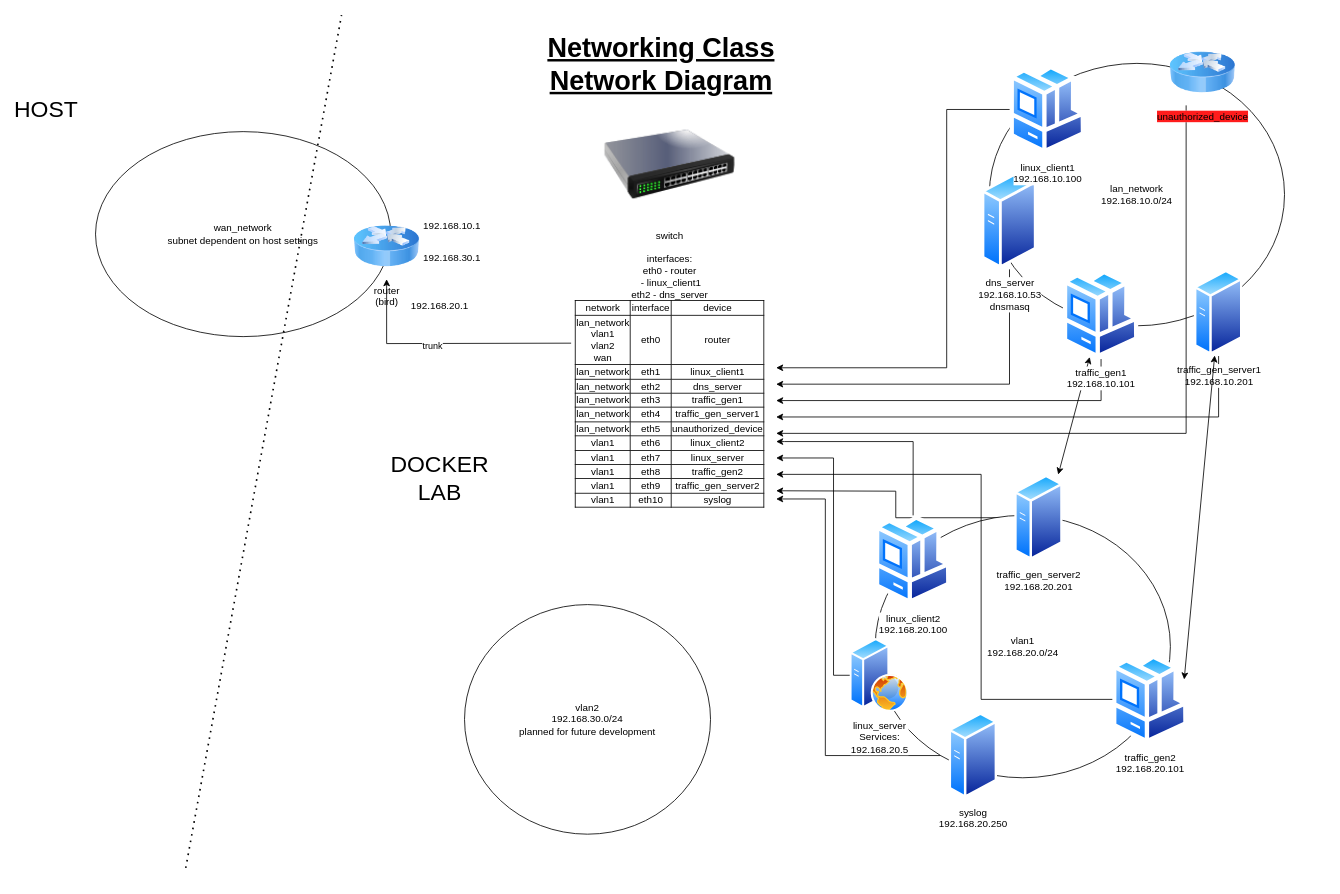
The draw.io diagram Networking Class January Drill/NetworkingLab.drawio in butgreg/Exercises, before the edit. Source tidied: cells renumbered, new cells numbered last; positions are measured from the earlier drawing's top-left corner, leaving out a move shared by most shapes. Both pictures are drawn from the tidied source at 82%, with x=0, y=0 at pixel (21, 15).
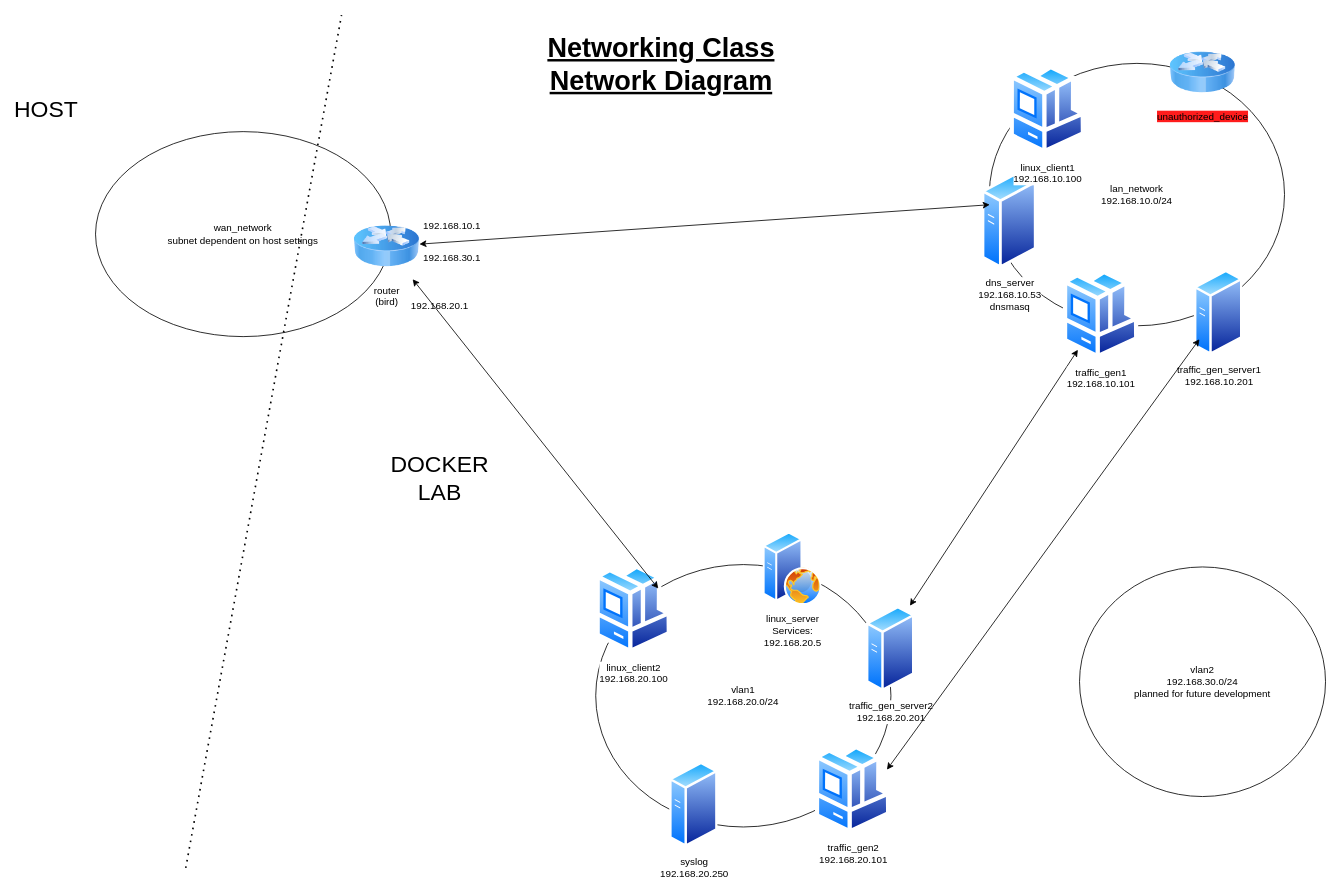
After the change.

The change refers to these unchanged cells:
```xml
<mxCell id="5" value="router&lt;div&gt;(bird)&lt;/div&gt;" style="image;html=1;image=img/lib/clip_art/networking/Router_Icon_128x128.png;" parent="1" vertex="1">
  <mxGeometry x="405" y="242" width="80" height="80" as="geometry" />
</mxCell>
```

Change to the diagram source:
```diff
@@
+    <mxCell id="33" value="vlan1&lt;div&gt;192.168.20.0/24&lt;/div&gt;" style="ellipse;whiteSpace=wrap;html=1;" parent="1" vertex="1">
+      <mxGeometry x="700" y="670" width="360" height="320" as="geometry" />
+    </mxCell>
@@
     <mxCell id="4" value="vlan2&lt;div&gt;192.168.30.0/24&lt;br&gt;planned for future development&lt;/div&gt;" style="ellipse;whiteSpace=wrap;html=1;" parent="1" vertex="1">
-      <mxGeometry x="540" y="718.8" width="300" height="280" as="geometry" />
+      <mxGeometry x="1290" y="672.9" width="300" height="280" as="geometry" />
     </mxCell>
@@
-    <mxCell id="12" style="endArrow=classic;startArrow=classic;html=1;rounded=0;exitX=0.899;exitY=0.002;exitDx=0;exitDy=0;exitPerimeter=0;" parent="1" edge="1" source="38" target="19">
-      <mxGeometry relative="1" as="geometry" />
-    </mxCell>
-    <mxCell id="13" value="lan_network&lt;div&gt;192.168.10.0/24&lt;/div&gt;" style="ellipse;whiteSpace=wrap;html=1;" parent="1" vertex="1">
-      <mxGeometry x="1180" y="58.8" width="360" height="320" as="geometry" />
-    </mxCell>
-    <mxCell id="14" style="edgeStyle=orthogonalEdgeStyle;rounded=0;jettySize=auto;html=1;" parent="1" edge="1" source="15">
-      <mxGeometry relative="1" as="geometry">
-        <mxPoint x="920" y="450" as="targetPoint" />
-        <Array as="points">
-          <mxPoint x="1205" y="450" />
-        </Array>
-      </mxGeometry>
-    </mxCell>
-    <mxCell id="15" value="dns_server&lt;div&gt;192.168.10.53&lt;/div&gt;&lt;div&gt;dnsmasq&lt;/div&gt;" style="image;perimeter=ellipsePerimeter;html=1;align=center;shadow=0;dashed=0;spacingTop=3;image=img/lib/active_directory/generic_server.svg;" parent="1" vertex="1">
-      <mxGeometry x="1171" y="190" width="67.2" height="120" as="geometry" />
-    </mxCell>
-    <mxCell id="16" style="edgeStyle=orthogonalEdgeStyle;rounded=0;jettySize=auto;html=1;" parent="1" edge="1" source="17">
-      <mxGeometry relative="1" as="geometry">
-        <mxPoint x="920" y="430" as="targetPoint" />
-        <Array as="points">
-          <mxPoint x="1128" y="115" />
-          <mxPoint x="1128" y="430" />
-        </Array>
-      </mxGeometry>
-    </mxCell>
-    <mxCell id="17" value="linux_client1&lt;div&gt;192.168.10.100&lt;/div&gt;" style="image;perimeter=ellipsePerimeter;html=1;align=center;shadow=0;dashed=0;spacingTop=3;image=img/lib/active_directory/workstation_client.svg;" parent="1" vertex="1">
-      <mxGeometry x="1205" y="60.6" width="92.5" height="108.8" as="geometry" />
-    </mxCell>
-    <mxCell id="18" style="edgeStyle=orthogonalEdgeStyle;rounded=0;jettySize=auto;html=1;" parent="1" edge="1" source="19">
-      <mxGeometry relative="1" as="geometry">
-        <mxPoint x="920" y="470" as="targetPoint" />
-        <Array as="points">
-          <mxPoint x="1316" y="470" />
-        </Array>
-      </mxGeometry>
-    </mxCell>
-    <mxCell id="19" value="traffic_gen1&lt;div&gt;192.168.10.101&lt;/div&gt;" style="image;perimeter=ellipsePerimeter;html=1;align=center;shadow=0;dashed=0;spacingTop=3;image=img/lib/active_directory/workstation_client.svg;" parent="1" vertex="1">
-      <mxGeometry x="1270" y="310.6" width="92.5" height="108.8" as="geometry" />
-    </mxCell>
-    <mxCell id="20" style="edgeStyle=orthogonalEdgeStyle;rounded=0;jettySize=auto;html=1;" parent="1" edge="1" source="21">
-      <mxGeometry relative="1" as="geometry">
-        <mxPoint x="920" y="490" as="targetPoint" />
-        <Array as="points">
-          <mxPoint x="1460" y="490" />
-        </Array>
-      </mxGeometry>
-    </mxCell>
-    <mxCell id="21" value="traffic_gen_server1&lt;div&gt;192.168.10.201&lt;/div&gt;" style="image;perimeter=ellipsePerimeter;html=1;align=center;shadow=0;dashed=0;spacingTop=3;image=img/lib/active_directory/generic_server.svg;" parent="1" vertex="1">
-      <mxGeometry x="1430" y="310" width="59.2" height="105.7" as="geometry" />
-    </mxCell>
-    <mxCell id="22" style="edgeStyle=orthogonalEdgeStyle;rounded=0;jettySize=auto;html=1;" parent="1" edge="1" source="23">
-      <mxGeometry relative="1" as="geometry">
-        <mxPoint x="920" y="510" as="targetPoint" />
-        <Array as="points">
-          <mxPoint x="1420" y="510" />
-        </Array>
-      </mxGeometry>
-    </mxCell>
-    <mxCell id="23" value="&lt;span style=&quot;background-color: rgb(255, 28, 28);&quot;&gt;unauthorized_device&lt;/span&gt;" style="image;html=1;image=img/lib/clip_art/networking/Router_Icon_128x128.png;" parent="1" vertex="1">
-      <mxGeometry x="1400" y="30" width="80" height="80" as="geometry" />
-    </mxCell>
-    <mxCell id="24" style="endArrow=classic;startArrow=classic;html=1;rounded=0;exitX=1;exitY=0.25;exitDx=0;exitDy=0;" parent="1" edge="1" source="36" target="21">
-      <mxGeometry relative="1" as="geometry" />
-    </mxCell>
-    <mxCell id="25" style="edgeStyle=orthogonalEdgeStyle;rounded=0;jettySize=auto;html=1;" parent="1" edge="1" target="5">
-      <mxGeometry relative="1" as="geometry">
-        <mxPoint x="670" y="400" as="sourcePoint" />
-      </mxGeometry>
-    </mxCell>
-    <mxCell id="26" value="trunk" style="edgeLabel;html=1;align=center;verticalAlign=middle;" parent="25" vertex="1">
-      <mxGeometry x="0.12" y="2" relative="1" as="geometry" />
-    </mxCell>
-    <mxCell id="27" value="&lt;div&gt;switch&lt;/div&gt;&lt;div&gt;&lt;br&gt;&lt;/div&gt;&lt;div&gt;interfaces:&lt;/div&gt;&lt;div&gt;eth0 - router&lt;/div&gt;&lt;div&gt;&amp;nbsp;- linux_client1&lt;/div&gt;&lt;div&gt;eth2 - dns_server&lt;/div&gt;&lt;div&gt;&lt;table style=&quot;border: 1px solid rgb(0, 0, 0); border-collapse: collapse;&quot; border=&quot;1&quot;&gt;&lt;tbody&gt;&lt;tr&gt;&lt;td&gt;network&lt;br&gt;&lt;/td&gt;&lt;td&gt;interface&lt;br&gt;&lt;/td&gt;&lt;td&gt;device&lt;br&gt;&lt;/td&gt;&lt;/tr&gt;&lt;tr&gt;&lt;td&gt;lan_network&lt;br&gt;vlan1&lt;br&gt;vlan2&lt;br&gt;wan&lt;br&gt;&lt;/td&gt;&lt;td&gt;eth0&lt;/td&gt;&lt;td&gt;router&lt;br&gt;&lt;/td&gt;&lt;/tr&gt;&lt;tr&gt;&lt;td&gt;lan_network&lt;br&gt;&lt;/td&gt;&lt;td&gt;eth1&lt;br&gt;&lt;/td&gt;&lt;td&gt;linux_client1&lt;br&gt;&lt;/td&gt;&lt;/tr&gt;&lt;tr&gt;&lt;td&gt;lan_network&lt;br&gt;&lt;/td&gt;&lt;td&gt;eth2&lt;br&gt;&lt;/td&gt;&lt;td&gt;dns_server&lt;br&gt;&lt;/td&gt;&lt;/tr&gt;&lt;tr&gt;&lt;td&gt;lan_network&lt;/td&gt;&lt;td&gt;eth3&lt;br&gt;&lt;/td&gt;&lt;td&gt;traffic_gen1&lt;/td&gt;&lt;/tr&gt;&lt;tr&gt;&lt;td&gt;lan_network&lt;/td&gt;&lt;td&gt;eth4&lt;/td&gt;&lt;td&gt;traffic_gen_server1&lt;br&gt;&lt;/td&gt;&lt;/tr&gt;&lt;tr&gt;&lt;td&gt;lan_network&lt;/td&gt;&lt;td&gt;eth5&lt;/td&gt;&lt;td&gt;unauthorized_device&lt;br&gt;&lt;/td&gt;&lt;/tr&gt;&lt;tr&gt;&lt;td&gt;vlan1&lt;br&gt;&lt;/td&gt;&lt;td&gt;eth6&lt;/td&gt;&lt;td&gt;linux_client2&lt;br&gt;&lt;/td&gt;&lt;/tr&gt;&lt;tr&gt;&lt;td&gt;vlan1&lt;/td&gt;&lt;td&gt;eth7&lt;/td&gt;&lt;td&gt;linux_server&lt;br&gt;&lt;/td&gt;&lt;/tr&gt;&lt;tr&gt;&lt;td&gt;vlan1&lt;/td&gt;&lt;td&gt;eth8&lt;/td&gt;&lt;td&gt;traffic_gen2&lt;br&gt;&lt;/td&gt;&lt;/tr&gt;&lt;tr&gt;&lt;td&gt;vlan1&lt;/td&gt;&lt;td&gt;eth9&lt;/td&gt;&lt;td&gt;traffic_gen_server2&lt;br&gt;&lt;/td&gt;&lt;/tr&gt;&lt;tr&gt;&lt;td&gt;vlan1&lt;/td&gt;&lt;td&gt;eth10&lt;/td&gt;&lt;td&gt;syslog&lt;br&gt;&lt;/td&gt;&lt;/tr&gt;&lt;/tbody&gt;&lt;/table&gt;&lt;br&gt;&lt;/div&gt;" style="image;html=1;image=img/lib/clip_art/networking/Switch_128x128.png;" parent="1" vertex="1">
-      <mxGeometry x="710" y="110" width="160" height="145" as="geometry" />
-    </mxCell>
-    <mxCell id="28" style="edgeStyle=orthogonalEdgeStyle;rounded=0;jettySize=auto;html=1;" parent="1" edge="1" source="34">
-      <mxGeometry relative="1" as="geometry">
-        <mxPoint x="920" y="540" as="targetPoint" />
-        <Array as="points">
-          <mxPoint x="990" y="805" />
-          <mxPoint x="990" y="540" />
-        </Array>
-      </mxGeometry>
-    </mxCell>
-    <mxCell id="29" style="edgeStyle=orthogonalEdgeStyle;rounded=0;jettySize=auto;html=1;" parent="1" edge="1" source="35">
-      <mxGeometry relative="1" as="geometry">
-        <mxPoint x="920" y="520" as="targetPoint" />
-        <Array as="points">
-          <mxPoint x="1087" y="520" />
-          <mxPoint x="930" y="520" />
-        </Array>
-      </mxGeometry>
-    </mxCell>
-    <mxCell id="30" style="edgeStyle=orthogonalEdgeStyle;rounded=0;jettySize=auto;html=1;" parent="1" edge="1" source="37">
-      <mxGeometry relative="1" as="geometry">
-        <mxPoint x="920" y="590" as="targetPoint" />
-        <Array as="points">
-          <mxPoint x="980" y="903" />
-          <mxPoint x="980" y="590" />
-        </Array>
-      </mxGeometry>
-    </mxCell>
-    <mxCell id="31" style="edgeStyle=orthogonalEdgeStyle;rounded=0;jettySize=auto;html=1;" parent="1" edge="1" source="38">
-      <mxGeometry relative="1" as="geometry">
-        <mxPoint x="920" y="580" as="targetPoint" />
-      </mxGeometry>
-    </mxCell>
-    <mxCell id="32" style="group;" parent="1" vertex="1">
-      <mxGeometry x="1010" y="560" width="412.5" height="395.7" as="geometry" />
-    </mxCell>
-    <mxCell id="33" value="vlan1&lt;div&gt;192.168.20.0/24&lt;/div&gt;" style="ellipse;whiteSpace=wrap;html=1;" parent="32" vertex="1">
-      <mxGeometry x="30.8" y="50" width="360" height="320" as="geometry" />
-    </mxCell>
-    <mxCell id="34" value="linux_server&lt;div&gt;Services:&lt;br&gt;192.168.20.5&lt;/div&gt;" style="image;perimeter=ellipsePerimeter;html=1;align=center;shadow=0;dashed=0;spacingTop=3;image=img/lib/active_directory/web_server.svg;" parent="32" vertex="1">
-      <mxGeometry y="200" width="72" height="90" as="geometry" />
+    <mxCell id="34" value="linux_server&lt;div&gt;Services:&lt;br&gt;192.168.20.5&lt;/div&gt;" style="image;perimeter=ellipsePerimeter;html=1;align=center;shadow=0;dashed=0;spacingTop=3;image=img/lib/active_directory/web_server.svg;" parent="1" vertex="1">
+      <mxGeometry x="904" y="630" width="72" height="90" as="geometry" />
     </mxCell>
-    <mxCell id="35" value="linux_client2&lt;div&gt;192.168.20.100&lt;/div&gt;" style="image;perimeter=ellipsePerimeter;html=1;align=center;shadow=0;dashed=0;spacingTop=3;image=img/lib/active_directory/workstation_client.svg;" parent="32" vertex="1">
-      <mxGeometry x="30.8" y="50" width="92.5" height="108.8" as="geometry" />
+    <mxCell id="35" value="linux_client2&lt;div&gt;192.168.20.100&lt;/div&gt;" style="image;perimeter=ellipsePerimeter;html=1;align=center;shadow=0;dashed=0;spacingTop=3;image=img/lib/active_directory/workstation_client.svg;" parent="1" vertex="1">
+      <mxGeometry x="700" y="670" width="92.5" height="108.8" as="geometry" />
     </mxCell>
-    <mxCell id="36" value="traffic_gen2&lt;div&gt;192.168.20.101&lt;/div&gt;" style="image;perimeter=ellipsePerimeter;html=1;align=center;shadow=0;dashed=0;spacingTop=3;image=img/lib/active_directory/workstation_client.svg;" parent="32" vertex="1">
-      <mxGeometry x="320" y="220" width="92.5" height="108.8" as="geometry" />
+    <mxCell id="36" value="traffic_gen2&lt;div&gt;192.168.20.101&lt;/div&gt;" style="image;perimeter=ellipsePerimeter;html=1;align=center;shadow=0;dashed=0;spacingTop=3;image=img/lib/active_directory/workstation_client.svg;" parent="1" vertex="1">
+      <mxGeometry x="967.5" y="890" width="92.5" height="108.8" as="geometry" />
     </mxCell>
-    <mxCell id="37" value="syslog&lt;br&gt;&lt;div&gt;192.168.20.250&lt;/div&gt;" style="image;perimeter=ellipsePerimeter;html=1;align=center;shadow=0;dashed=0;spacingTop=3;image=img/lib/active_directory/generic_server.svg;" parent="32" vertex="1">
-      <mxGeometry x="120.8" y="290" width="59.2" height="105.7" as="geometry" />
+    <mxCell id="37" value="syslog&lt;br&gt;&lt;div&gt;192.168.20.250&lt;/div&gt;" style="image;perimeter=ellipsePerimeter;html=1;align=center;shadow=0;dashed=0;spacingTop=3;image=img/lib/active_directory/generic_server.svg;" parent="1" vertex="1">
+      <mxGeometry x="790" y="910" width="59.2" height="105.7" as="geometry" />
     </mxCell>
-    <mxCell id="38" value="traffic_gen_server2&lt;div&gt;192.168.20.201&lt;/div&gt;" style="image;perimeter=ellipsePerimeter;html=1;align=center;shadow=0;dashed=0;spacingTop=3;image=img/lib/active_directory/generic_server.svg;" parent="32" vertex="1">
-      <mxGeometry x="200.8" width="59.2" height="105.7" as="geometry" />
+    <mxCell id="38" value="traffic_gen_server2&lt;div&gt;192.168.20.201&lt;/div&gt;" style="image;perimeter=ellipsePerimeter;html=1;align=center;shadow=0;dashed=0;spacingTop=3;image=img/lib/active_directory/generic_server.svg;" parent="1" vertex="1">
+      <mxGeometry x="1030" y="720" width="59.2" height="105.7" as="geometry" />
     </mxCell>
-    <mxCell id="39" style="edgeStyle=orthogonalEdgeStyle;rounded=0;jettySize=auto;html=1;" parent="1" edge="1" source="36">
-      <mxGeometry relative="1" as="geometry">
-        <mxPoint x="920" y="560" as="targetPoint" />
-        <Array as="points">
-          <mxPoint x="1170" y="834" />
-          <mxPoint x="1170" y="560" />
-        </Array>
-      </mxGeometry>
-    </mxCell>
+    <mxCell id="12" style="endArrow=classic;startArrow=classic;html=1;rounded=0;exitX=0.899;exitY=0.002;exitDx=0;exitDy=0;exitPerimeter=0;" parent="1" edge="1" source="38" target="19">
+      <mxGeometry relative="1" as="geometry" />
+    </mxCell>
+    <mxCell id="13" value="lan_network&lt;div&gt;192.168.10.0/24&lt;/div&gt;" style="ellipse;whiteSpace=wrap;html=1;" parent="1" vertex="1">
+      <mxGeometry x="1180" y="58.8" width="360" height="320" as="geometry" />
+    </mxCell>
+    <mxCell id="15" value="dns_server&lt;div&gt;192.168.10.53&lt;/div&gt;&lt;div&gt;dnsmasq&lt;/div&gt;" style="image;perimeter=ellipsePerimeter;html=1;align=center;shadow=0;dashed=0;spacingTop=3;image=img/lib/active_directory/generic_server.svg;" parent="1" vertex="1">
+      <mxGeometry x="1171" y="190" width="67.2" height="120" as="geometry" />
+    </mxCell>
+    <mxCell id="17" value="linux_client1&lt;div&gt;192.168.10.100&lt;/div&gt;" style="image;perimeter=ellipsePerimeter;html=1;align=center;shadow=0;dashed=0;spacingTop=3;image=img/lib/active_directory/workstation_client.svg;" parent="1" vertex="1">
+      <mxGeometry x="1205" y="60.6" width="92.5" height="108.8" as="geometry" />
+    </mxCell>
+    <mxCell id="19" value="traffic_gen1&lt;div&gt;192.168.10.101&lt;/div&gt;" style="image;perimeter=ellipsePerimeter;html=1;align=center;shadow=0;dashed=0;spacingTop=3;image=img/lib/active_directory/workstation_client.svg;" parent="1" vertex="1">
+      <mxGeometry x="1270" y="310.6" width="92.5" height="108.8" as="geometry" />
+    </mxCell>
+    <mxCell id="21" value="traffic_gen_server1&lt;div&gt;192.168.10.201&lt;/div&gt;" style="image;perimeter=ellipsePerimeter;html=1;align=center;shadow=0;dashed=0;spacingTop=3;image=img/lib/active_directory/generic_server.svg;" parent="1" vertex="1">
+      <mxGeometry x="1430" y="310" width="59.2" height="105.7" as="geometry" />
+    </mxCell>
+    <mxCell id="23" value="&lt;span style=&quot;background-color: rgb(255, 28, 28);&quot;&gt;unauthorized_device&lt;/span&gt;" style="image;html=1;image=img/lib/clip_art/networking/Router_Icon_128x128.png;" parent="1" vertex="1">
+      <mxGeometry x="1400" y="30" width="80" height="80" as="geometry" />
+    </mxCell>
+    <mxCell id="24" style="endArrow=classic;startArrow=classic;html=1;rounded=0;exitX=1;exitY=0.25;exitDx=0;exitDy=0;" parent="1" edge="1" source="36" target="21">
+      <mxGeometry relative="1" as="geometry" />
+    </mxCell>
+    <mxCell id="40" style="endArrow=classic;startArrow=classic;html=1;rounded=0;" parent="1" edge="1" source="33" target="5">
+      <mxGeometry relative="1" as="geometry" />
+    </mxCell>
+    <mxCell id="41" style="endArrow=classic;startArrow=classic;html=1;rounded=0;" parent="1" edge="1" source="5" target="13">
+      <mxGeometry relative="1" as="geometry" />
+    </mxCell>
```
